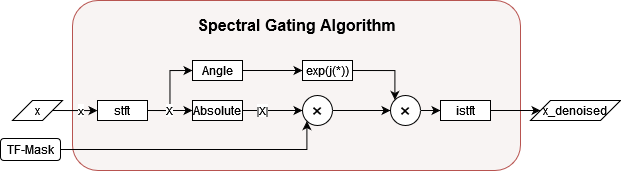
This is graphs/SpectralGatingScheme.png from noisereduce/TorchSpectralGating, a draw.io export, as it was before one commit. Source tidied: cells renumbered, new cells last; positions are measured from the earlier drawing's top-left corner, leaving out a move shared by most shapes.
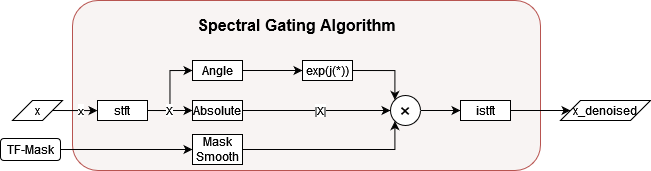
After the commit.

Diff of the diagram source:
```diff
@@ -3,7 +3,7 @@
     <mxCell id="0" />
     <mxCell id="1" parent="0" />
     <mxCell id="2" style="rounded=1;whiteSpace=wrap;html=1;fillColor=#F8F4F3;strokeColor=#b85450;" parent="1" vertex="1">
-      <mxGeometry x="72" width="448" height="170" as="geometry" />
+      <mxGeometry x="72" width="468" height="170" as="geometry" />
     </mxCell>
     <mxCell id="3" value="x" style="edgeStyle=orthogonalEdgeStyle;rounded=0;jettySize=auto;html=1;exitX=1;exitY=0.5;exitDx=0;exitDy=0;" parent="1" edge="1" source="4" target="7">
       <mxGeometry x="0.38" relative="1" as="geometry" />
@@ -21,7 +21,7 @@
       <mxGeometry x="97" y="100" width="50" height="20" as="geometry" />
     </mxCell>
     <mxCell id="8" value="|X|" style="edgeStyle=orthogonalEdgeStyle;rounded=0;jettySize=auto;html=1;exitX=1;exitY=0.5;exitDx=0;exitDy=0;entryX=0;entryY=0.5;entryDx=0;entryDy=0;" parent="1" edge="1" source="9" target="19">
-      <mxGeometry x="-0.33" relative="1" as="geometry" />
+      <mxGeometry x="0.05" relative="1" as="geometry" />
     </mxCell>
     <mxCell id="9" value="Absolute" style="rounded=0;whiteSpace=wrap;html=1;" parent="1" vertex="1">
       <mxGeometry x="192" y="100" width="50" height="20" as="geometry" />
@@ -35,10 +35,10 @@
     <mxCell id="12" value="&lt;font style=&quot;font-size: 16px;&quot;&gt;Spectral Gating Algorithm&lt;br&gt;&lt;/font&gt;" style="text;strokeColor=none;align=center;fillColor=none;html=1;verticalAlign=middle;whiteSpace=wrap;rounded=0;fontStyle=1;" parent="1" vertex="1">
       <mxGeometry x="158.5" y="10" width="275" height="30" as="geometry" />
     </mxCell>
-    <mxCell id="13" style="edgeStyle=orthogonalEdgeStyle;rounded=0;jettySize=auto;html=1;exitX=1;exitY=0.5;exitDx=0;exitDy=0;entryX=0;entryY=0.5;entryDx=0;entryDy=0;" parent="1" edge="1" source="21" target="17">
+    <mxCell id="13" style="edgeStyle=orthogonalEdgeStyle;rounded=0;jettySize=auto;html=1;exitX=1;exitY=0.5;exitDx=0;exitDy=0;entryX=0;entryY=0.5;entryDx=0;entryDy=0;" parent="1" edge="1" source="19" target="17">
       <mxGeometry relative="1" as="geometry" />
     </mxCell>
-    <mxCell id="14" style="edgeStyle=orthogonalEdgeStyle;rounded=0;jettySize=auto;html=1;exitX=1;exitY=0.5;exitDx=0;exitDy=0;entryX=0;entryY=0;entryDx=0;entryDy=0;" parent="1" edge="1" source="15" target="21">
+    <mxCell id="14" style="edgeStyle=orthogonalEdgeStyle;rounded=0;jettySize=auto;html=1;exitX=1;exitY=0.5;exitDx=0;exitDy=0;entryX=0;entryY=0;entryDx=0;entryDy=0;" parent="1" edge="1" source="15" target="19">
       <mxGeometry relative="1" as="geometry" />
     </mxCell>
     <mxCell id="15" value="exp(j(*))" style="rounded=0;whiteSpace=wrap;html=1;" parent="1" vertex="1">
@@ -48,25 +48,25 @@
       <mxGeometry relative="1" as="geometry" />
     </mxCell>
     <mxCell id="17" value="istft" style="rounded=0;whiteSpace=wrap;html=1;" parent="1" vertex="1">
-      <mxGeometry x="440" y="100" width="50" height="20" as="geometry" />
+      <mxGeometry x="460" y="100" width="50" height="20" as="geometry" />
     </mxCell>
     <mxCell id="18" value="x_denoised" style="shape=parallelogram;perimeter=parallelogramPerimeter;whiteSpace=wrap;html=1;fixedSize=1;" parent="1" vertex="1">
-      <mxGeometry x="530" y="100" width="90" height="20" as="geometry" />
+      <mxGeometry x="560" y="100" width="90" height="20" as="geometry" />
     </mxCell>
     <mxCell id="19" value="&lt;font style=&quot;font-size: 20px;&quot;&gt;×&lt;/font&gt;" style="ellipse;whiteSpace=wrap;html=1;" parent="1" vertex="1">
-      <mxGeometry x="302" y="95" width="30" height="30" as="geometry" />
+      <mxGeometry x="390" y="95" width="30" height="30" as="geometry" />
     </mxCell>
-    <mxCell id="20" style="edgeStyle=orthogonalEdgeStyle;rounded=0;jettySize=auto;html=1;exitX=1;exitY=0.5;exitDx=0;exitDy=0;" parent="1" edge="1" source="19" target="21">
+    <mxCell id="20" style="edgeStyle=orthogonalEdgeStyle;rounded=0;jettySize=auto;html=1;exitX=1;exitY=0.5;exitDx=0;exitDy=0;entryX=0;entryY=0.5;entryDx=0;entryDy=0;" parent="1" edge="1" source="21" target="23">
       <mxGeometry relative="1" as="geometry" />
     </mxCell>
-    <mxCell id="21" value="&lt;font style=&quot;font-size: 20px;&quot;&gt;×&lt;/font&gt;" style="ellipse;whiteSpace=wrap;html=1;" parent="1" vertex="1">
-      <mxGeometry x="390" y="95" width="30" height="30" as="geometry" />
+    <mxCell id="21" value="TF-Mask" style="rounded=1;whiteSpace=wrap;html=1;" parent="1" vertex="1">
+      <mxGeometry y="138" width="60" height="22" as="geometry" />
     </mxCell>
     <mxCell id="22" style="edgeStyle=orthogonalEdgeStyle;rounded=0;jettySize=auto;html=1;exitX=1;exitY=0.5;exitDx=0;exitDy=0;entryX=0;entryY=1;entryDx=0;entryDy=0;" parent="1" edge="1" source="23" target="19">
       <mxGeometry relative="1" as="geometry" />
     </mxCell>
-    <mxCell id="23" value="TF-Mask" style="rounded=1;whiteSpace=wrap;html=1;" parent="1" vertex="1">
-      <mxGeometry y="138" width="60" height="22" as="geometry" />
+    <mxCell id="23" value="Mask Smooth" style="rounded=0;whiteSpace=wrap;html=1;" parent="1" vertex="1">
+      <mxGeometry x="192" y="134" width="50" height="30" as="geometry" />
     </mxCell>
   </root>
 </mxGraphModel>
```
